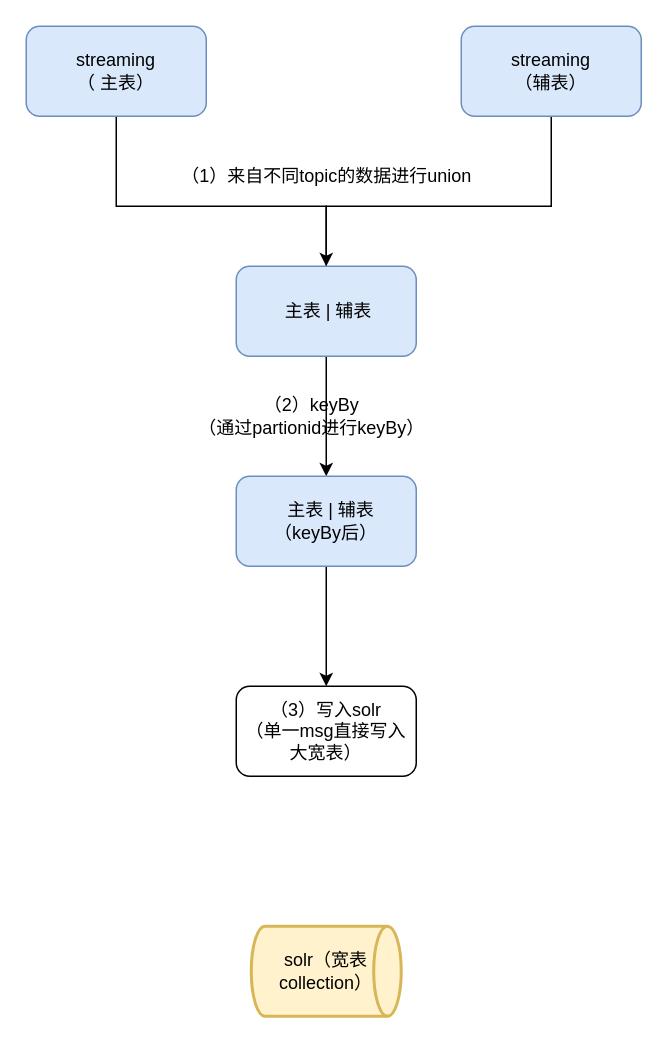
Earlier version of the draw.io diagram increment_one2one_one2many.drawio (yindongjun/drawio-3). Source tidied: cells renumbered, new cells numbered last; positions are measured from the earlier drawing's top-left corner, leaving out a move shared by most shapes. Both pictures are drawn from the tidied source at 150%, with x=0, y=0 at pixel (26, 26).
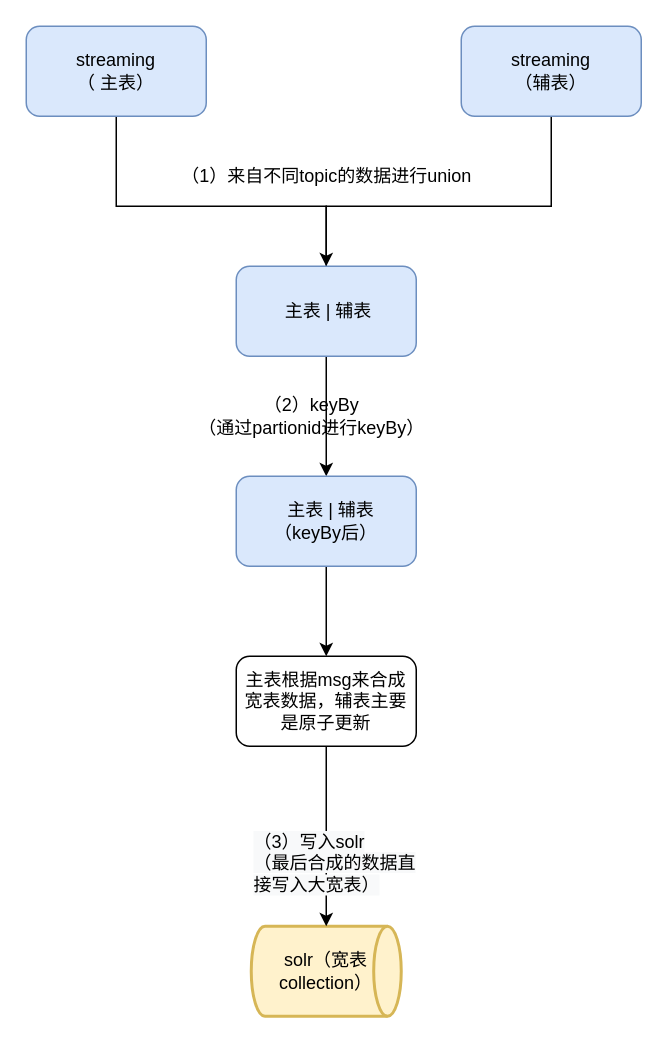
Above is the later version.

Diff of the diagram source:
```diff
@@
 <mxGraphModel>
   <root>
     <mxCell id="0" />
     <mxCell id="1" parent="0" />
     <mxCell id="2" style="edgeStyle=orthogonalEdgeStyle;rounded=0;jettySize=auto;html=1;" parent="1" edge="1" source="3" target="7">
       <mxGeometry relative="1" as="geometry">
         <Array as="points">
           <mxPoint x="60" y="120" />
           <mxPoint x="200" y="120" />
         </Array>
       </mxGeometry>
     </mxCell>
     <mxCell id="3" value="streaming&lt;br&gt;（ 主表）" style="rounded=1;whiteSpace=wrap;html=1;fillColor=#dae8fc;strokeColor=#6c8ebf;" parent="1" vertex="1">
       <mxGeometry width="120" height="60" as="geometry" />
     </mxCell>
     <mxCell id="4" style="edgeStyle=orthogonalEdgeStyle;rounded=0;jettySize=auto;html=1;" parent="1" edge="1" source="5">
       <mxGeometry relative="1" as="geometry">
         <mxPoint x="200" y="190" as="targetPoint" />
         <Array as="points">
           <mxPoint x="350" y="120" />
           <mxPoint x="200" y="120" />
         </Array>
       </mxGeometry>
     </mxCell>
     <mxCell id="5" value="streaming&lt;br&gt;（辅表）" style="rounded=1;whiteSpace=wrap;html=1;fillColor=#dae8fc;strokeColor=#6c8ebf;" parent="1" vertex="1">
       <mxGeometry x="290" width="120" height="60" as="geometry" />
     </mxCell>
     <mxCell id="6" style="edgeStyle=orthogonalEdgeStyle;rounded=0;jettySize=auto;html=1;" parent="1" edge="1" source="7" target="9">
       <mxGeometry relative="1" as="geometry" />
     </mxCell>
     <mxCell id="7" value="&amp;nbsp;主表 | 辅表" style="whiteSpace=wrap;html=1;rounded=1;fillColor=#dae8fc;strokeColor=#6c8ebf;" parent="1" vertex="1">
       <mxGeometry x="140" y="160" width="120" height="60" as="geometry" />
     </mxCell>
     <mxCell id="8" style="edgeStyle=orthogonalEdgeStyle;rounded=0;jettySize=auto;html=1;" parent="1" edge="1" source="9" target="13">
       <mxGeometry relative="1" as="geometry" />
     </mxCell>
     <mxCell id="9" value="&lt;span&gt;&amp;nbsp;&lt;/span&gt;&amp;nbsp;主表 | 辅表&lt;span&gt;&lt;br&gt;（keyBy后）&lt;br&gt;&lt;/span&gt;" style="whiteSpace=wrap;html=1;rounded=1;fillColor=#dae8fc;strokeColor=#6c8ebf;" parent="1" vertex="1">
       <mxGeometry x="140" y="300" width="120" height="60" as="geometry" />
     </mxCell>
     <mxCell id="10" value="（1）来自不同topic的数据进行union" style="text;html=1;align=center;verticalAlign=middle;strokeColor=none;fillColor=none;" parent="1" vertex="1">
       <mxGeometry x="95" y="90" width="210" height="20" as="geometry" />
     </mxCell>
     <mxCell id="11" value="（2）keyBy&lt;br&gt;（通过partionid进行keyBy）" style="text;html=1;align=center;verticalAlign=middle;strokeColor=none;fillColor=none;" parent="1" vertex="1">
       <mxGeometry x="105" y="245" width="170" height="30" as="geometry" />
     </mxCell>
     <mxCell id="12" value="solr（宽表collection）" style="strokeWidth=2;html=1;shape=mxgraph.flowchart.direct_data;whiteSpace=wrap;fillColor=#fff2cc;strokeColor=#d6b656;" parent="1" vertex="1">
       <mxGeometry x="150" y="600" width="100" height="60" as="geometry" />
     </mxCell>
+    <mxCell id="14" style="edgeStyle=orthogonalEdgeStyle;rounded=0;jettySize=auto;html=1;" parent="1" edge="1" source="13" target="12">
+      <mxGeometry relative="1" as="geometry" />
+    </mxCell>
-    <mxCell id="13" value="&lt;span&gt;（3）写入solr&lt;/span&gt;&lt;br&gt;&lt;span&gt;（单一msg直接写入大宽表）&lt;/span&gt;&lt;span&gt;&lt;br&gt;&lt;/span&gt;" style="whiteSpace=wrap;html=1;rounded=1;" parent="1" vertex="1">
-      <mxGeometry x="140" y="440" width="120" height="60" as="geometry" />
+    <mxCell id="13" value="&lt;span&gt;主表根据msg来合成宽表数据，辅表主要是原子更新&lt;br&gt;&lt;/span&gt;" style="whiteSpace=wrap;html=1;rounded=1;" parent="1" vertex="1">
+      <mxGeometry x="140" y="420" width="120" height="60" as="geometry" />
     </mxCell>
+    <mxCell id="15" value="&lt;span style=&quot;color: rgb(0 , 0 , 0) ; font-family: &amp;#34;helvetica&amp;#34; ; font-size: 12px ; font-style: normal ; font-weight: 400 ; letter-spacing: normal ; text-align: center ; text-indent: 0px ; text-transform: none ; word-spacing: 0px ; background-color: rgb(248 , 249 , 250)&quot;&gt;（3）写入solr&lt;/span&gt;&lt;br style=&quot;color: rgb(0 , 0 , 0) ; font-family: &amp;#34;helvetica&amp;#34; ; font-size: 12px ; font-style: normal ; font-weight: 400 ; letter-spacing: normal ; text-align: center ; text-indent: 0px ; text-transform: none ; word-spacing: 0px ; background-color: rgb(248 , 249 , 250)&quot;&gt;&lt;span style=&quot;color: rgb(0 , 0 , 0) ; font-family: &amp;#34;helvetica&amp;#34; ; font-size: 12px ; font-style: normal ; font-weight: 400 ; letter-spacing: normal ; text-align: center ; text-indent: 0px ; text-transform: none ; word-spacing: 0px ; background-color: rgb(248 , 249 , 250)&quot;&gt;（最后合成的数据直接写入大宽表）&lt;/span&gt;" style="text;whiteSpace=wrap;html=1;" parent="1" vertex="1">
+      <mxGeometry x="150" y="530" width="110" height="40" as="geometry" />
+    </mxCell>
   </root>
 </mxGraphModel>
```
